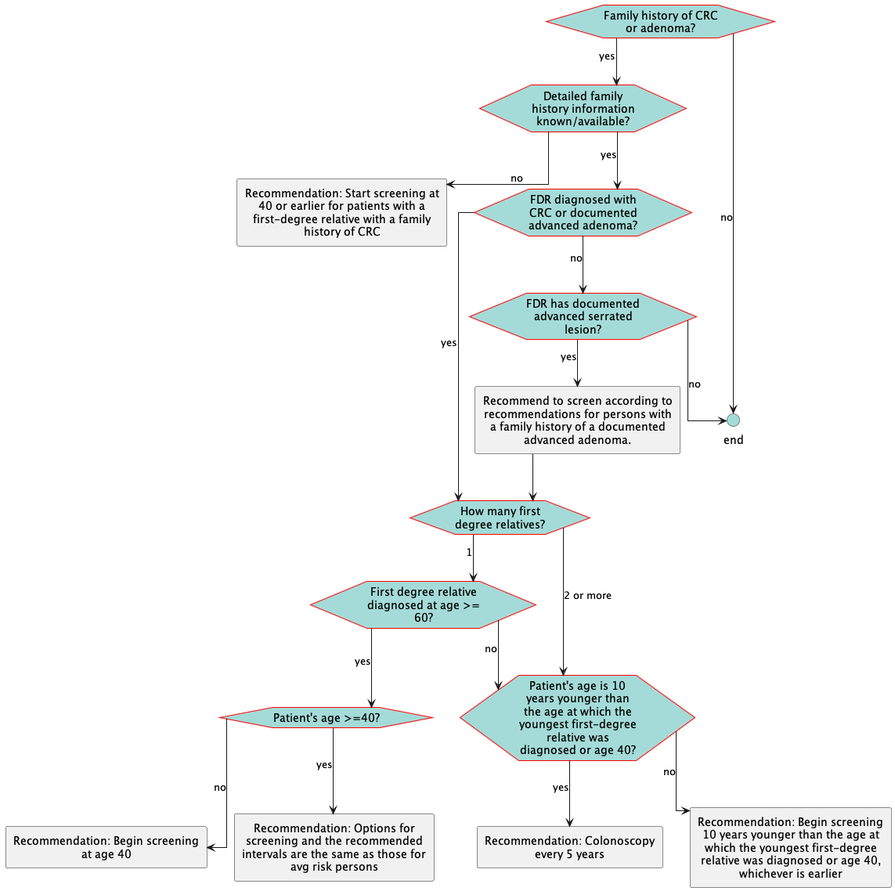
The PlantUML diagram images/flow-FamilyHx.png in ccsm-cds-tools/CDC-Colorectal-Cancer-Screening-CDS-L2, before a commit.
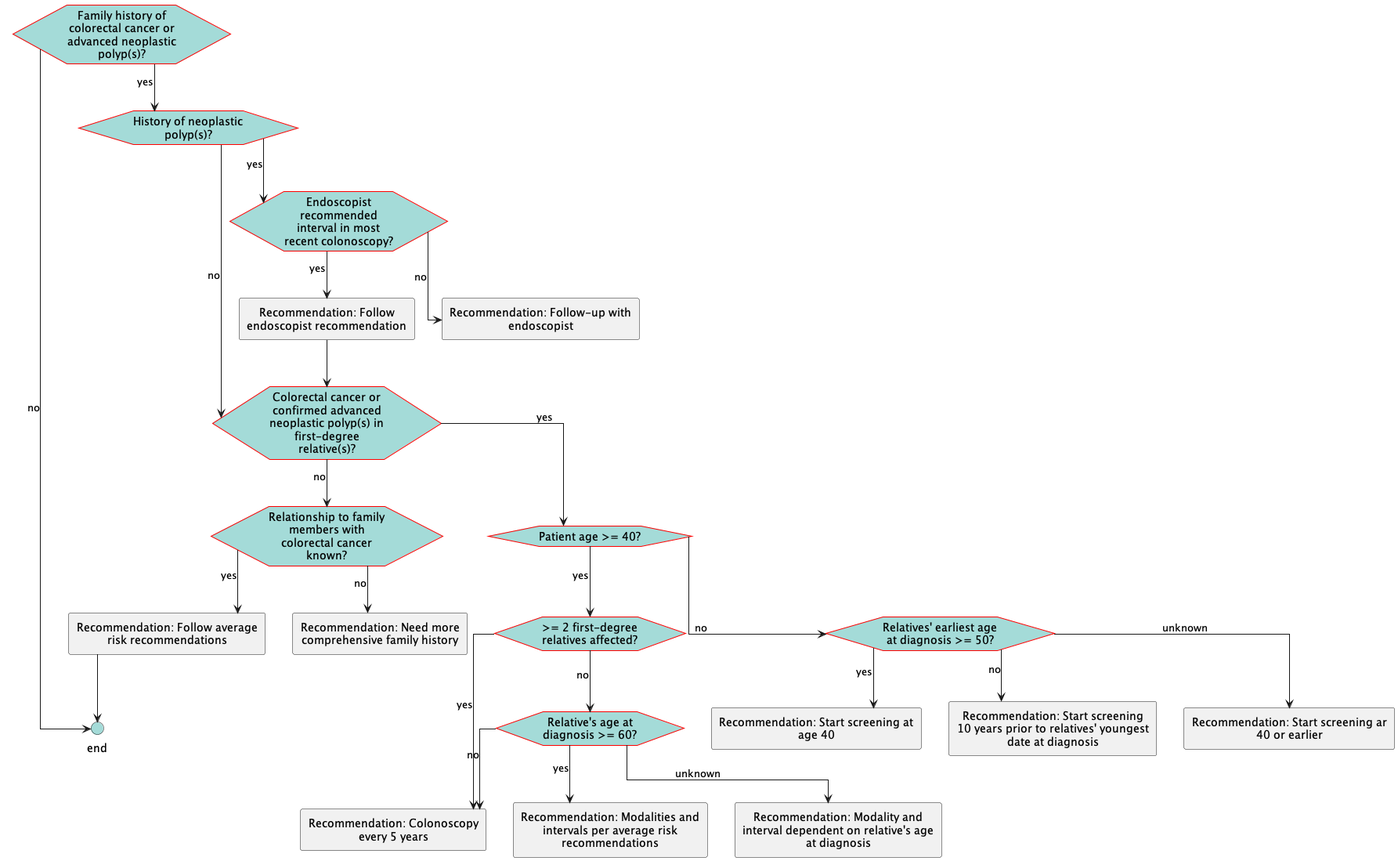
After the commit.

Diff of the diagram source:
```diff
@@ -17,36 +17,46 @@
     BackGroundColor: #A4DBD8
 }
 </style>
-hexagon "Family history of CRC or adenoma?" as eve_FamilyHx  [[#eve-FamilyHx ]]
-hexagon "Detailed family history information known/available?" as eve_KnownFamilyHx [[#eve-KnownFamilyHx]]
-hexagon "FDR diagnosed with CRC or documented advanced adenoma?" as eve_FDRCRCAdvancedAdenoma [[#eve-FDRCRCAdvancedAdenoma]]
-hexagon "FDR has documented advanced serrated lesion?" as eve_FDRAdvancedSerratedLesion [[#eve-FDRAdvancedSerratedLesion]]
-rectangle "Recommend to screen according to recommendations for persons with a family history of a documented advanced adenoma." as act_MSTFSerratedLesion [[#act-MSTFSerratedLesion]]
-hexagon "How many first degree relatives?" as eve_HowManyFDR [[#eve-HowManyFDR]]
-hexagon "First degree relative diagnosed at age >= 60?" as eve_FDR60OrOlder [[#eve-FDR60OrOlder]]
-hexagon "Patient's age >=40?" as eve_AgeOver40 [[#eve-AgeOver40]]
-hexagon "Patient's age is 10 years younger than the age at which the youngest first-degree relative was diagnosed or age 40?" as eve_Age40or10YearsBeforeDiagnosis [[#eve-Age40or10YearsBeforeDiagnosis]]
+hexagon "Family history of colorectal cancer or advanced neoplastic polyp(s)?" as eve_FamilyHx [[#eve-FamilyHx]]
+hexagon "History of neoplastic polyp(s)?" as eve_HxPolyps2 [[#eve-HxPolyps2]]
+hexagon "Endoscopist recommended interval in most recent colonoscopy?" as eve_recommendedInterval2 [[#eve-recommendedInterval2]]
+rectangle "Recommendation: Follow endoscopist recommendation" as act_followEndoscopistRecommendation [[#act-followEndoscopistRecommendation]]
+hexagon "Colorectal cancer or confirmed advanced neoplastic polyp(s) in first-degree relative(s)?" as eve_FamHxFDR [[#eve-FamHxFDR]]
+hexagon "Relationship to family members with colorectal cancer known?" as eve_FamHxCRCKinship [[#eve-FamHxCRCKinship]]
+rectangle "Recommendation: Follow average risk recommendations" as act_SDRAvgRisk [[#act-SDRAvgRisk]]
+hexagon "Patient age >= 40?" as eve_AgeOver40 [[#eve-AgeOver40]]
+hexagon ">= 2 first-degree relatives affected?" as eve_FamHx2orMoreFDR [[#eve-FamHx2orMoreFDR]]
+hexagon "Relative's age at diagnosis >= 60?" as eve_FDR60OrOlder [[#eve-FDR60OrOlder]]
+hexagon "Relatives' earliest age at diagnosis >= 50?" as eve_YoungestAgeAtDx50orOlder [[#eve-YoungestAgeAtDx50orOlder]]
 circle "end" as end_1 <<end>>
-rectangle "Recommendation: Start screening at 40 or earlier for patients with a first-degree relative with a family history of CRC" as act_UnknownFamilyHx [[#act-UnknownFamilyHx]]
-rectangle "Recommendation: Begin screening at age 40" as act_RecommendStartScreeningAt40 [[#act-RecommendStartScreeningAt40]]
-rectangle "Recommendation: Options for screening and the recommended intervals are the same as those for avg risk persons" as act_RecommendationSameAsAvgRisk [[#act-RecommendationSameAsAvgRisk]]
+rectangle "Recommendation: Follow-up with endoscopist" as act_followUpEndoscopist2 [[#act-followUpEndoscopist2]]
+rectangle "Recommendation: Need more comprehensive family history" as act_moreFamHx [[#act-moreFamHx]]
 rectangle "Recommendation: Colonoscopy every 5 years" as act_ColonoscopyEvery5 [[#act-ColonoscopyEvery5]]
-rectangle "Recommendation: Begin screening 10 years younger than the age at which the youngest first-degree relative was diagnosed or age 40, whichever is earlier" as act_RecommendStartScreeningLater [[#act-RecommendStartScreeningLater]]
-eve_FamilyHx -->eve_KnownFamilyHx: yes
-eve_FamilyHx -->end_1: no
-eve_KnownFamilyHx-->eve_FDRCRCAdvancedAdenoma: yes
-eve_KnownFamilyHx-->act_UnknownFamilyHx: no
-eve_FDRCRCAdvancedAdenoma-->eve_HowManyFDR: yes
-eve_FDRCRCAdvancedAdenoma-->eve_FDRAdvancedSerratedLesion: no
-eve_FDRAdvancedSerratedLesion-->act_MSTFSerratedLesion: yes
-eve_FDRAdvancedSerratedLesion-->end_1: no
-act_MSTFSerratedLesion-->eve_HowManyFDR
-eve_HowManyFDR-->eve_FDR60OrOlder: 1
-eve_HowManyFDR-->eve_Age40or10YearsBeforeDiagnosis: 2 or more
-eve_FDR60OrOlder-->eve_AgeOver40: yes
-eve_AgeOver40-->act_RecommendStartScreeningAt40: no
-eve_AgeOver40-->act_RecommendationSameAsAvgRisk: yes
-eve_FDR60OrOlder-->eve_Age40or10YearsBeforeDiagnosis: no
-eve_Age40or10YearsBeforeDiagnosis-->act_ColonoscopyEvery5: yes
-eve_Age40or10YearsBeforeDiagnosis-->act_RecommendStartScreeningLater: no
+rectangle "Recommendation: Modalities and intervals per average risk recommendations" as act_StartAt40AvgRiskOptions [[#act-StartAt40AvgRiskOptions]]
+rectangle "Recommendation: Modality and interval dependent on relative's age at diagnosis" as act_ColonoscopyOrAvgRisk [[#act-ColonoscopyOrAvgRisk]]
+rectangle "Recommendation: Start screening at age 40" as act_startatAge40 [[#act-startatAge40]]
+rectangle "Recommendation: Start screening 10 years prior to relatives' youngest date at diagnosis" as act_start10YearsPriorToFDRDx [[#act-start10YearsPriorToFDRDx]]
+rectangle "Recommendation: Start screening ar 40 or earlier" as act_startAtAge40or10YearsPriorToFDRDx [[#act-startAtAge40or10YearsPriorToFDRDx]]
+eve_FamilyHx-->eve_HxPolyps2: yes
+eve_FamilyHx-->end_1: no
+eve_HxPolyps2-->eve_recommendedInterval2: yes
+eve_HxPolyps2-->eve_FamHxFDR: no
+eve_recommendedInterval2-->act_followEndoscopistRecommendation: yes
+eve_recommendedInterval2-->act_followUpEndoscopist2: no
+act_followEndoscopistRecommendation-->eve_FamHxFDR
+eve_FamHxFDR-->eve_AgeOver40: yes
+eve_FamHxFDR-->eve_FamHxCRCKinship: no
+eve_FamHxCRCKinship-->act_SDRAvgRisk: yes
+eve_FamHxCRCKinship-->act_moreFamHx: no
+act_SDRAvgRisk-->end_1
+eve_AgeOver40-->eve_FamHx2orMoreFDR: yes
+eve_AgeOver40-->eve_YoungestAgeAtDx50orOlder: no
+eve_FamHx2orMoreFDR-->act_ColonoscopyEvery5: yes
+eve_FamHx2orMoreFDR-->eve_FDR60OrOlder: no
+eve_FDR60OrOlder-->act_StartAt40AvgRiskOptions: yes
+eve_FDR60OrOlder-->act_ColonoscopyEvery5: no
+eve_FDR60OrOlder-->act_ColonoscopyOrAvgRisk: unknown
+eve_YoungestAgeAtDx50orOlder-->act_startatAge40: yes
+eve_YoungestAgeAtDx50orOlder-->act_start10YearsPriorToFDRDx: no
+eve_YoungestAgeAtDx50orOlder-->act_startAtAge40or10YearsPriorToFDRDx: unknown
 @enduml
```
